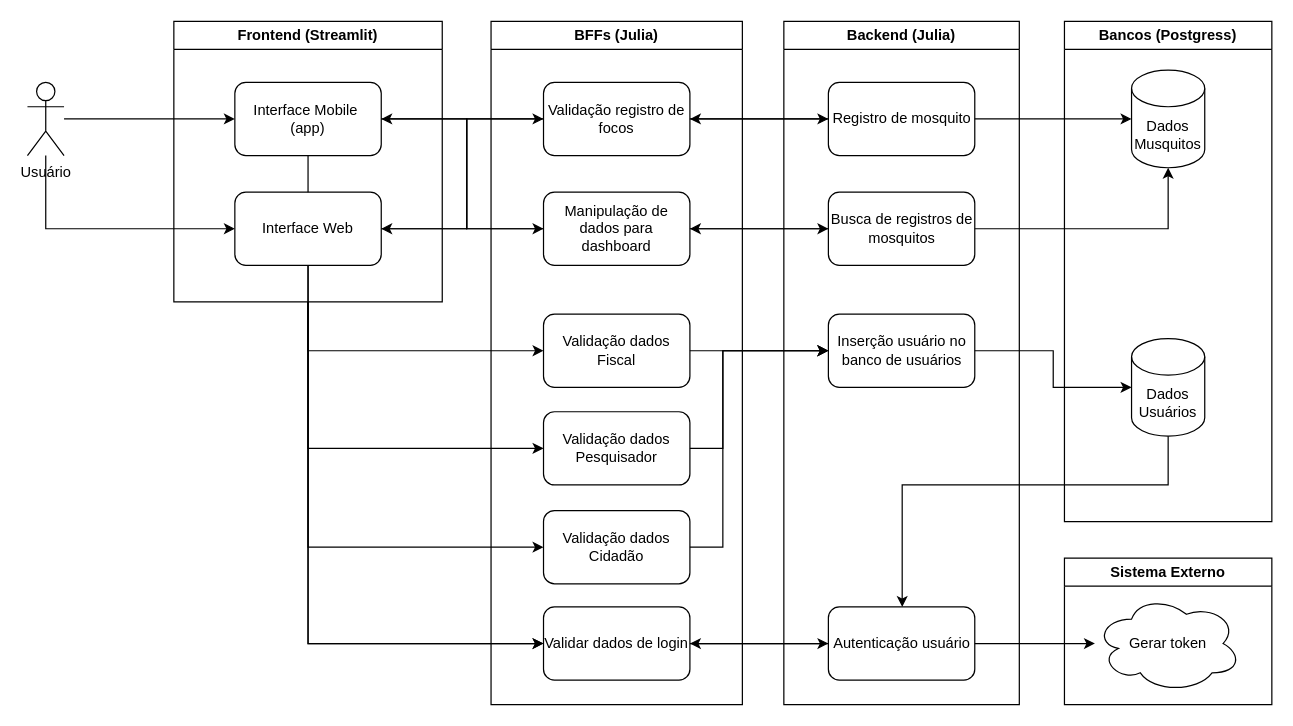
This is docs/arquitetura_muiquitos.drawio from EduardoKipper/MuiQuitOS-BackEnd, a draw.io file, before an edit. Source tidied: cells renumbered, new cells numbered last; positions are measured from the earlier drawing's top-left corner, leaving out a move shared by most shapes. Both pictures are drawn from the tidied source at 122%, with x=0, y=0 at pixel (27, 21).
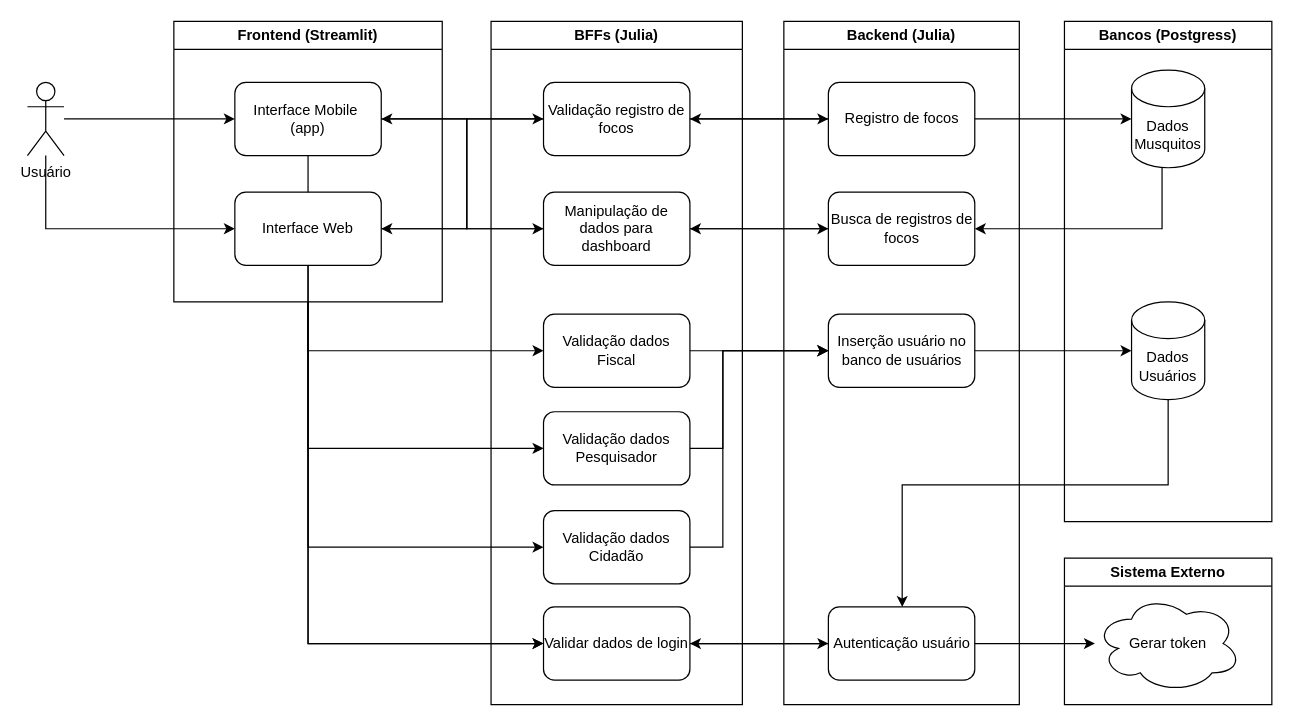
The same page after the edit.

The change refers to these unchanged cells:
```xml
<mxCell id="20" value="Backend (Julia)" style="swimlane;whiteSpace=wrap;html=1;" parent="1" vertex="1">
  <mxGeometry x="620" width="193" height="560" as="geometry" />
</mxCell>
<mxCell id="25" value="Bancos (Postgress)" style="swimlane;whiteSpace=wrap;html=1;strokeColor=default;" parent="1" vertex="1">
  <mxGeometry x="850" width="170" height="410" as="geometry" />
</mxCell>
<mxCell id="26" value="Dados&lt;div&gt;Musquitos&lt;/div&gt;" style="shape=cylinder3;whiteSpace=wrap;html=1;boundedLbl=1;backgroundOutline=1;size=15;" parent="25" vertex="1">
  <mxGeometry x="55" y="40" width="60" height="80" as="geometry" />
</mxCell>
```

Change to the diagram source:
```diff
@@
-    <mxCell id="23" value="Registro de mosquito" style="rounded=1;whiteSpace=wrap;html=1;" parent="20" vertex="1">
+    <mxCell id="23" value="Registro de focos" style="rounded=1;whiteSpace=wrap;html=1;" parent="20" vertex="1">
       <mxGeometry x="36.5" y="50" width="120" height="60" as="geometry" />
     </mxCell>
-    <mxCell id="24" value="Busca de registros de mosquitos" style="rounded=1;whiteSpace=wrap;html=1;" parent="20" vertex="1">
+    <mxCell id="24" value="Busca de registros de focos" style="rounded=1;whiteSpace=wrap;html=1;" parent="20" vertex="1">
       <mxGeometry x="36.5" y="140" width="120" height="60" as="geometry" />
     </mxCell>
@@
     <mxCell id="27" value="Dados&lt;div&gt;Usuários&lt;/div&gt;" style="shape=cylinder3;whiteSpace=wrap;html=1;boundedLbl=1;backgroundOutline=1;size=15;" parent="25" vertex="1">
-      <mxGeometry x="55" y="260" width="60" height="80" as="geometry" />
+      <mxGeometry x="55" y="230" width="60" height="80" as="geometry" />
     </mxCell>
@@
-    <mxCell id="38" style="edgeStyle=orthogonalEdgeStyle;rounded=0;jettySize=auto;html=1;" parent="1" edge="1" source="24" target="26">
-      <mxGeometry relative="1" as="geometry">
-        <Array as="points">
-          <mxPoint x="935" y="170" />
-        </Array>
-      </mxGeometry>
-    </mxCell>
@@
+    <mxCell id="48" style="edgeStyle=orthogonalEdgeStyle;rounded=0;jettySize=auto;html=1;" parent="1" edge="1" source="26" target="24">
+      <mxGeometry relative="1" as="geometry">
+        <Array as="points">
+          <mxPoint x="930" y="170" />
+        </Array>
+      </mxGeometry>
+    </mxCell>
```
